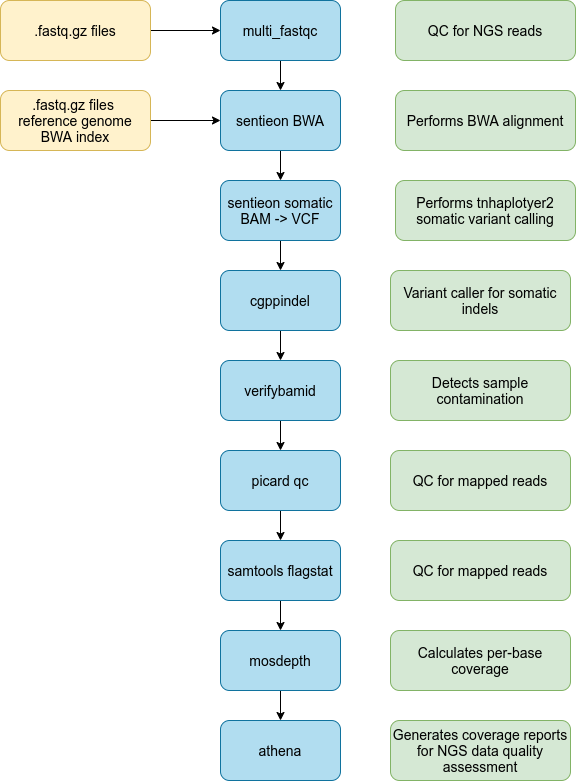
Earlier version of the draw.io export images/workflow.png (eastgenomics/eggd_uranus_main_workflow). Source tidied: cells renumbered, new cells last; positions are measured from the earlier drawing's top-left corner, leaving out a move shared by most shapes.
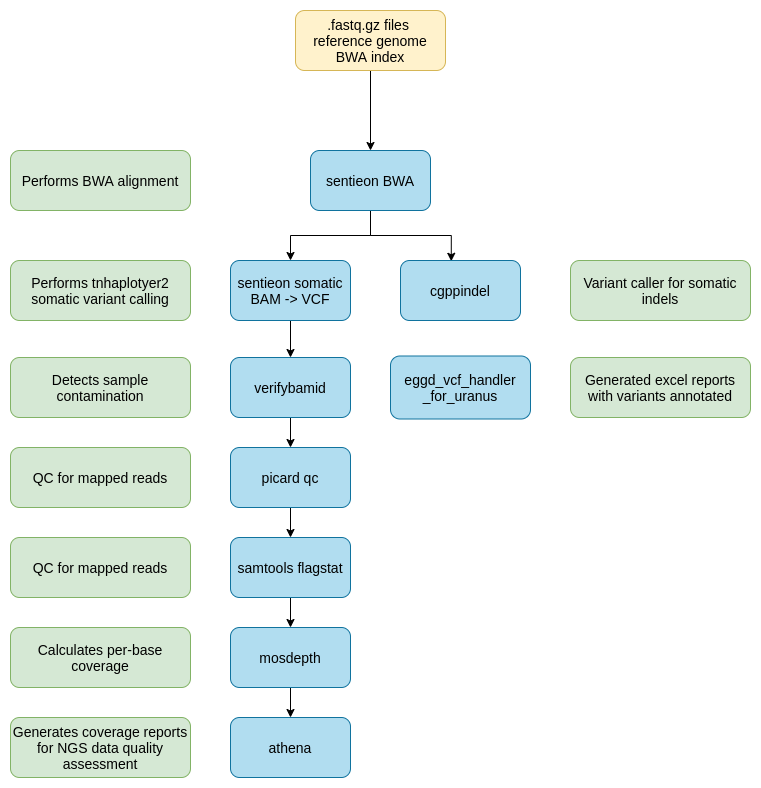
Above is the later version.

Commit message:
update workfllow schematic

The edit, as a diff of the source:
```diff
@@ -2,39 +2,30 @@
   <root>
     <mxCell id="0" />
     <mxCell id="1" parent="0" />
-    <mxCell id="2" style="edgeStyle=orthogonalEdgeStyle;rounded=0;jettySize=auto;html=1;fontSize=14;" parent="1" edge="1" source="3" target="5">
-      <mxGeometry relative="1" as="geometry" />
-    </mxCell>
-    <mxCell id="3" value="&lt;font color=&quot;#000000&quot; style=&quot;font-size: 14px;&quot;&gt;multi_fastqc&lt;/font&gt;" style="rounded=1;whiteSpace=wrap;html=1;fillColor=#b1ddf0;strokeColor=#10739e;fontSize=14;" parent="1" vertex="1">
-      <mxGeometry x="220" width="120" height="60" as="geometry" />
-    </mxCell>
     <mxCell id="4" style="edgeStyle=orthogonalEdgeStyle;rounded=0;jettySize=auto;html=1;fontSize=14;" parent="1" edge="1" source="5" target="13">
       <mxGeometry relative="1" as="geometry" />
     </mxCell>
+    <mxCell id="32" style="edgeStyle=orthogonalEdgeStyle;rounded=0;jettySize=auto;html=1;entryX=0.423;entryY=0.013;entryDx=0;entryDy=0;entryPerimeter=0;" parent="1" edge="1" source="5" target="11">
+      <mxGeometry relative="1" as="geometry" />
+    </mxCell>
     <mxCell id="5" value="&lt;font color=&quot;#000000&quot; style=&quot;font-size: 14px;&quot;&gt;sentieon BWA&lt;/font&gt;" style="rounded=1;whiteSpace=wrap;html=1;fillColor=#b1ddf0;strokeColor=#10739e;fontSize=14;" parent="1" vertex="1">
-      <mxGeometry x="220" y="90" width="120" height="60" as="geometry" />
+      <mxGeometry x="300" y="70" width="120" height="60" as="geometry" />
     </mxCell>
     <mxCell id="6" style="edgeStyle=orthogonalEdgeStyle;rounded=0;jettySize=auto;html=1;fontSize=14;" parent="1" edge="1" source="7" target="17">
       <mxGeometry relative="1" as="geometry" />
     </mxCell>
     <mxCell id="7" value="&lt;font color=&quot;#000000&quot; style=&quot;font-size: 14px;&quot;&gt;picard qc&lt;/font&gt;" style="rounded=1;whiteSpace=wrap;html=1;fillColor=#b1ddf0;strokeColor=#10739e;fontSize=14;" parent="1" vertex="1">
-      <mxGeometry x="220" y="450" width="120" height="60" as="geometry" />
+      <mxGeometry x="220" y="367" width="120" height="60" as="geometry" />
     </mxCell>
     <mxCell id="8" style="edgeStyle=orthogonalEdgeStyle;rounded=0;jettySize=auto;html=1;fontSize=14;" parent="1" edge="1" source="9" target="7">
       <mxGeometry relative="1" as="geometry" />
     </mxCell>
     <mxCell id="9" value="&lt;font color=&quot;#000000&quot; style=&quot;font-size: 14px;&quot;&gt;verifybamid&lt;/font&gt;" style="rounded=1;whiteSpace=wrap;html=1;fillColor=#b1ddf0;strokeColor=#10739e;fontSize=14;" parent="1" vertex="1">
-      <mxGeometry x="220" y="360" width="120" height="60" as="geometry" />
+      <mxGeometry x="220" y="277" width="120" height="60" as="geometry" />
     </mxCell>
-    <mxCell id="10" style="edgeStyle=orthogonalEdgeStyle;rounded=0;jettySize=auto;html=1;fontSize=14;" parent="1" edge="1" source="11" target="9">
-      <mxGeometry relative="1" as="geometry" />
-    </mxCell>
-    <mxCell id="11" value="&lt;font color=&quot;#000000&quot; style=&quot;font-size: 14px;&quot;&gt;cgppindel&lt;/font&gt;" style="rounded=1;whiteSpace=wrap;html=1;fillColor=#b1ddf0;strokeColor=#10739e;fontSize=14;" parent="1" vertex="1">
-      <mxGeometry x="220" y="270" width="120" height="60" as="geometry" />
-    </mxCell>
-    <mxCell id="12" style="edgeStyle=orthogonalEdgeStyle;rounded=0;jettySize=auto;html=1;fontSize=14;" parent="1" edge="1" source="13" target="11">
-      <mxGeometry relative="1" as="geometry" />
-    </mxCell>
+    <mxCell id="33" style="edgeStyle=orthogonalEdgeStyle;rounded=0;jettySize=auto;html=1;" parent="1" edge="1" source="13" target="9">
+      <mxGeometry relative="1" as="geometry" />
+    </mxCell>
     <mxCell id="13" value="&lt;font color=&quot;#000000&quot; style=&quot;font-size: 14px;&quot;&gt;sentieon somatic BAM -&amp;gt; VCF&lt;/font&gt;" style="rounded=1;whiteSpace=wrap;html=1;fillColor=#b1ddf0;strokeColor=#10739e;fontSize=14;" parent="1" vertex="1">
       <mxGeometry x="220" y="180" width="120" height="60" as="geometry" />
     </mxCell>
@@ -42,55 +33,55 @@
       <mxGeometry relative="1" as="geometry" />
     </mxCell>
     <mxCell id="15" value="&lt;font color=&quot;#000000&quot;&gt;mosdepth&lt;/font&gt;" style="rounded=1;whiteSpace=wrap;html=1;fillColor=#b1ddf0;strokeColor=#10739e;fontSize=14;" parent="1" vertex="1">
-      <mxGeometry x="220" y="630" width="120" height="60" as="geometry" />
+      <mxGeometry x="220" y="547" width="120" height="60" as="geometry" />
     </mxCell>
     <mxCell id="16" style="edgeStyle=orthogonalEdgeStyle;rounded=0;jettySize=auto;html=1;fontSize=14;" parent="1" edge="1" source="17" target="15">
       <mxGeometry relative="1" as="geometry" />
     </mxCell>
     <mxCell id="17" value="&lt;font color=&quot;#000000&quot; style=&quot;font-size: 14px;&quot;&gt;samtools flagstat&lt;/font&gt;" style="rounded=1;whiteSpace=wrap;html=1;fillColor=#b1ddf0;strokeColor=#10739e;fontSize=14;" parent="1" vertex="1">
-      <mxGeometry x="220" y="540" width="120" height="60" as="geometry" />
+      <mxGeometry x="220" y="457" width="120" height="60" as="geometry" />
     </mxCell>
     <mxCell id="18" value="&lt;font color=&quot;#000000&quot; style=&quot;font-size: 14px;&quot;&gt;athena&lt;/font&gt;" style="rounded=1;whiteSpace=wrap;html=1;fillColor=#b1ddf0;strokeColor=#10739e;fontSize=14;" parent="1" vertex="1">
-      <mxGeometry x="220" y="720" width="120" height="60" as="geometry" />
+      <mxGeometry x="220" y="637" width="120" height="60" as="geometry" />
     </mxCell>
-    <mxCell id="19" value="&lt;font color=&quot;#000000&quot; style=&quot;font-size: 14px&quot;&gt;QC for NGS reads&lt;/font&gt;" style="rounded=1;whiteSpace=wrap;html=1;fillColor=#d5e8d4;strokeColor=#82b366;fontSize=14;" parent="1" vertex="1">
-      <mxGeometry x="395" width="180" height="60" as="geometry" />
-    </mxCell>
     <mxCell id="20" value="&lt;font color=&quot;#000000&quot; style=&quot;font-size: 14px&quot;&gt;Performs BWA alignment&lt;/font&gt;&lt;span style=&quot;color: rgba(0 , 0 , 0 , 0) ; font-family: monospace ; font-size: 0px&quot;&gt;%3CmxGraphModel%3E%3Croot%3E%3CmxCell%20id%3D%220%22%2F%3E%3CmxCell%20id%3D%221%22%20parent%3D%220%22%2F%3E%3CmxCell%20id%3D%222%22%20value%3D%22%26lt%3Bfont%20color%3D%26quot%3B%23000000%26quot%3B%20style%3D%26quot%3Bfont-size%3A%2014px%26quot%3B%26gt%3BQC%20for%20NGS%20reads%26lt%3B%2Ffont%26gt%3B%22%20style%3D%22rounded%3D1%3BwhiteSpace%3Dwrap%3Bhtml%3D1%3BfillColor%3D%23d5e8d4%3BstrokeColor%3D%2382b366%3BfontSize%3D14%3B%22%20vertex%3D%221%22%20parent%3D%221%22%3E%3CmxGeometry%20x%3D%22490%22%20y%3D%2240%22%20width%3D%22180%22%20height%3D%2260%22%20as%3D%22geometry%22%2F%3E%3C%2FmxCell%3E%3C%2Froot%3E%3C%2FmxGraphModel%3E&lt;/span&gt;" style="rounded=1;whiteSpace=wrap;html=1;fillColor=#d5e8d4;strokeColor=#82b366;fontSize=14;" parent="1" vertex="1">
-      <mxGeometry x="395" y="90" width="180" height="60" as="geometry" />
+      <mxGeometry y="70" width="180" height="60" as="geometry" />
     </mxCell>
     <mxCell id="21" value="&lt;font color=&quot;#000000&quot; style=&quot;font-size: 14px&quot;&gt;Performs tnhaplotyer2 somatic variant calling&lt;/font&gt;" style="rounded=1;whiteSpace=wrap;html=1;fillColor=#d5e8d4;strokeColor=#82b366;fontSize=14;" parent="1" vertex="1">
-      <mxGeometry x="395" y="180" width="180" height="60" as="geometry" />
+      <mxGeometry y="180" width="180" height="60" as="geometry" />
     </mxCell>
     <mxCell id="22" value="&lt;font color=&quot;#000000&quot; style=&quot;font-size: 14px&quot;&gt;Variant caller for somatic indels&lt;/font&gt;" style="rounded=1;whiteSpace=wrap;html=1;fillColor=#d5e8d4;strokeColor=#82b366;fontSize=14;" parent="1" vertex="1">
-      <mxGeometry x="390" y="270" width="180" height="60" as="geometry" />
+      <mxGeometry x="560" y="180" width="180" height="60" as="geometry" />
     </mxCell>
     <mxCell id="23" value="&lt;font color=&quot;#000000&quot; style=&quot;font-size: 14px&quot;&gt;Detects sample contamination&lt;/font&gt;" style="rounded=1;whiteSpace=wrap;html=1;fillColor=#d5e8d4;strokeColor=#82b366;fontSize=14;" parent="1" vertex="1">
-      <mxGeometry x="390" y="360" width="180" height="60" as="geometry" />
+      <mxGeometry y="277" width="180" height="60" as="geometry" />
     </mxCell>
     <mxCell id="24" value="&lt;font color=&quot;#000000&quot; style=&quot;font-size: 14px&quot;&gt;QC for mapped reads&lt;/font&gt;" style="rounded=1;whiteSpace=wrap;html=1;fillColor=#d5e8d4;strokeColor=#82b366;fontSize=14;" parent="1" vertex="1">
-      <mxGeometry x="390" y="450" width="180" height="60" as="geometry" />
+      <mxGeometry y="367" width="180" height="60" as="geometry" />
     </mxCell>
     <mxCell id="25" value="&lt;font color=&quot;#000000&quot; style=&quot;font-size: 14px&quot;&gt;QC for mapped reads&lt;/font&gt;" style="rounded=1;whiteSpace=wrap;html=1;fillColor=#d5e8d4;strokeColor=#82b366;fontSize=14;" parent="1" vertex="1">
-      <mxGeometry x="390" y="540" width="180" height="60" as="geometry" />
+      <mxGeometry y="457" width="180" height="60" as="geometry" />
     </mxCell>
     <mxCell id="26" value="&lt;font color=&quot;#000000&quot; style=&quot;font-size: 14px&quot;&gt;Calculates per-base coverage&lt;/font&gt;" style="rounded=1;whiteSpace=wrap;html=1;fillColor=#d5e8d4;strokeColor=#82b366;fontSize=14;" parent="1" vertex="1">
-      <mxGeometry x="390" y="630" width="180" height="60" as="geometry" />
+      <mxGeometry y="547" width="180" height="60" as="geometry" />
     </mxCell>
     <mxCell id="27" value="&lt;font color=&quot;#000000&quot; style=&quot;font-size: 14px&quot;&gt;Generates coverage reports for NGS data quality assessment&lt;/font&gt;" style="rounded=1;whiteSpace=wrap;html=1;fillColor=#d5e8d4;strokeColor=#82b366;fontSize=14;" parent="1" vertex="1">
-      <mxGeometry x="390" y="720" width="180" height="60" as="geometry" />
+      <mxGeometry y="637" width="180" height="60" as="geometry" />
     </mxCell>
-    <mxCell id="28" style="edgeStyle=orthogonalEdgeStyle;rounded=0;jettySize=auto;html=1;fontSize=14;" parent="1" edge="1" source="29" target="3">
-      <mxGeometry relative="1" as="geometry" />
-    </mxCell>
-    <mxCell id="29" value="&lt;font color=&quot;#000000&quot; style=&quot;font-size: 14px&quot;&gt;.fastq.gz files&lt;/font&gt;&lt;span style=&quot;color: rgba(0 , 0 , 0 , 0) ; font-family: monospace ; font-size: 0px&quot;&gt;%3CmxGraphModel%3E%3Croot%3E%3CmxCell%20id%3D%220%22%2F%3E%3CmxCell%20id%3D%221%22%20parent%3D%220%22%2F%3E%3CmxCell%20id%3D%222%22%20value%3D%22%26lt%3Bfont%20color%3D%26quot%3B%23000000%26quot%3B%20style%3D%26quot%3Bfont-size%3A%2014px%3B%26quot%3B%26gt%3Bmulti_fastqc%26lt%3B%2Ffont%26gt%3B%22%20style%3D%22rounded%3D1%3BwhiteSpace%3Dwrap%3Bhtml%3D1%3BfillColor%3D%23b1ddf0%3BstrokeColor%3D%2310739e%3BfontSize%3D14%3B%22%20vertex%3D%221%22%20parent%3D%221%22%3E%3CmxGeometry%20x%3D%22320%22%20y%3D%2240%22%20width%3D%22120%22%20height%3D%2260%22%20as%3D%22geometry%22%2F%3E%3C%2FmxCell%3E%3C%2Froot%3E%3C%2FmxGraphModel%3E&lt;/span&gt;" style="rounded=1;whiteSpace=wrap;html=1;fillColor=#fff2cc;strokeColor=#d6b656;fontSize=14;" parent="1" vertex="1">
-      <mxGeometry width="150" height="60" as="geometry" />
-    </mxCell>
     <mxCell id="30" style="edgeStyle=orthogonalEdgeStyle;rounded=0;jettySize=auto;html=1;fontSize=14;" parent="1" edge="1" source="31" target="5">
       <mxGeometry relative="1" as="geometry" />
     </mxCell>
     <mxCell id="31" value="&lt;font color=&quot;#000000&quot; style=&quot;font-size: 14px&quot;&gt;.fastq.gz files&amp;nbsp; &amp;nbsp;reference genome &lt;br&gt;BWA index&lt;/font&gt;&lt;span style=&quot;color: rgba(0 , 0 , 0 , 0) ; font-family: monospace ; font-size: 0px&quot;&gt;d%3CmxGraphModel%3E%3Croot%3E%3CmxCell%20id%3D%220%22%2F%3E%3CmxCell%20id%3D%221%22%20parent%3D%220%22%2F%3E%3CmxCell%20id%3D%222%22%20value%3D%22%26lt%3Bfont%20color%3D%26quot%3B%23000000%26quot%3B%20style%3D%26quot%3Bfont-size%3A%2014px%3B%26quot%3B%26gt%3Bmulti_fastqc%26lt%3B%2Ffont%26gt%3B%22%20style%3D%22rounded%3D1%3BwhiteSpace%3Dwrap%3Bhtml%3D1%3BfillColor%3D%23b1ddf0%3BstrokeColor%3D%2310739e%3BfontSize%3D14%3B%22%20vertex%3D%221%22%20parent%3D%221%22%3E%3CmxGeometry%20x%3D%22320%22%20y%3D%2240%22%20width%3D%22120%22%20height%3D%2260%22%20as%3D%22geometry%22%2F%3E%3C%2FmxCell%3E%3C%2Froot%3E%3C%2FmxGraphModel%3E&lt;/span&gt;" style="rounded=1;whiteSpace=wrap;html=1;fillColor=#fff2cc;strokeColor=#d6b656;fontSize=14;" parent="1" vertex="1">
-      <mxGeometry y="90" width="150" height="60" as="geometry" />
+      <mxGeometry x="285" y="-70" width="150" height="60" as="geometry" />
     </mxCell>
+    <mxCell id="11" value="&lt;font color=&quot;#000000&quot; style=&quot;font-size: 14px&quot;&gt;cgppindel&lt;/font&gt;" style="rounded=1;whiteSpace=wrap;html=1;fillColor=#b1ddf0;strokeColor=#10739e;fontSize=14;" parent="1" vertex="1">
+      <mxGeometry x="390" y="180" width="120" height="60" as="geometry" />
+    </mxCell>
+    <mxCell id="34" value="eggd_vcf_handler&lt;br&gt;_for_uranus" style="rounded=1;whiteSpace=wrap;html=1;fillColor=#b1ddf0;strokeColor=#10739e;fontSize=14;" parent="1" vertex="1">
+      <mxGeometry x="380" y="275.5" width="140" height="63" as="geometry" />
+    </mxCell>
+    <mxCell id="35" value="Generated excel reports with variants annotated" style="rounded=1;whiteSpace=wrap;html=1;fillColor=#d5e8d4;strokeColor=#82b366;fontSize=14;" parent="1" vertex="1">
+      <mxGeometry x="560" y="277" width="180" height="60" as="geometry" />
+    </mxCell>
   </root>
 </mxGraphModel>
```
